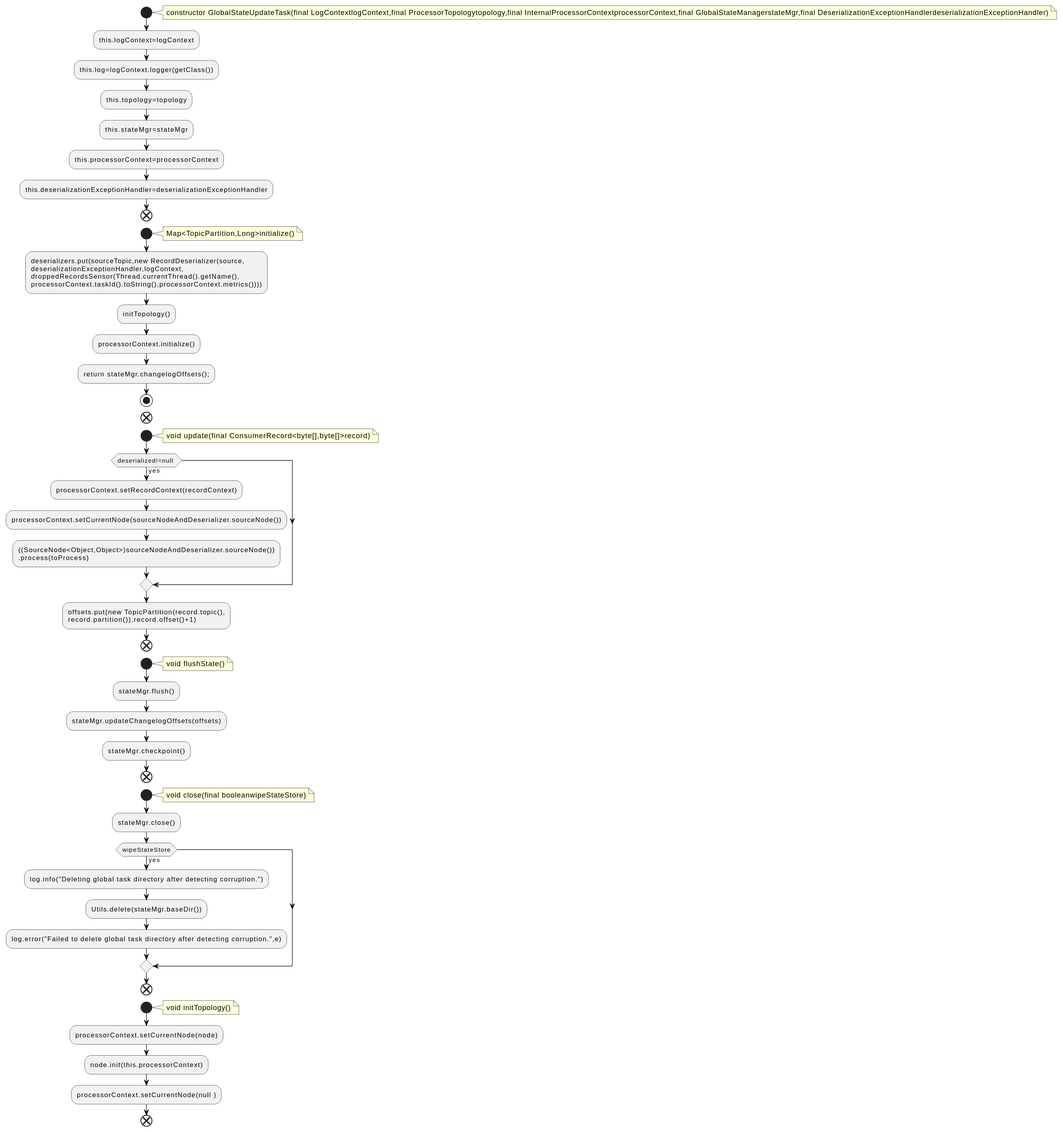
Before: docs/qc/streams/src/main/java/org/apache/kafka/streams/processor/internals/GlobalStateUpdateTask.java.fct.svg, a diagram exported from PlantUML (qualitesys/kafka).
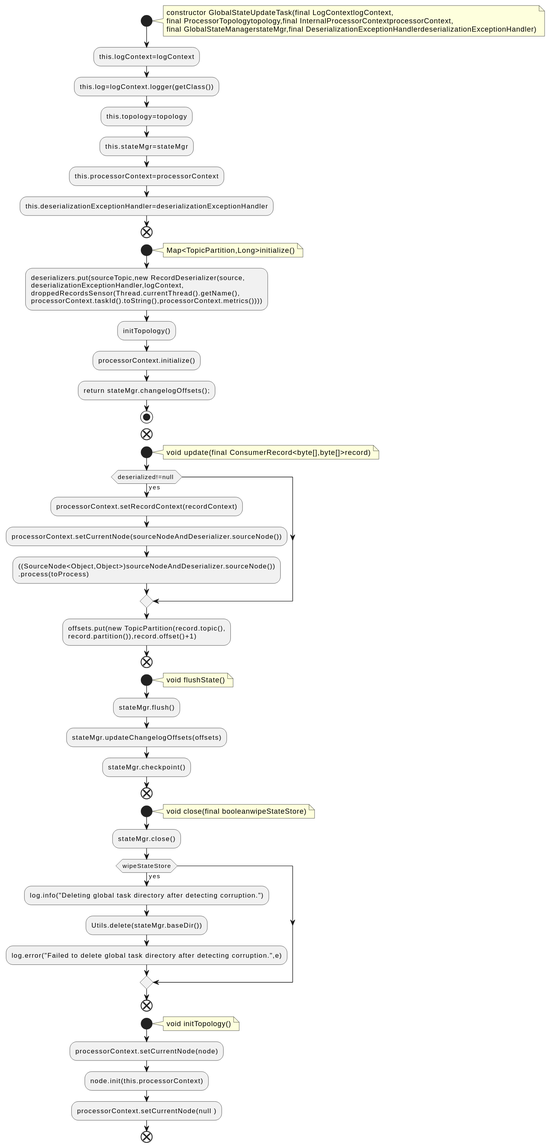
Later version of the same file.

The edit, as a diff of the source:
```diff
@@ -2,7 +2,9 @@
 !pragma layout smetana
 start
 note right
-constructor GlobalStateUpdateTask(final LogContextlogContext,final ProcessorTopologytopology,final InternalProcessorContextprocessorContext,final GlobalStateManagerstateMgr,final DeserializationExceptionHandlerdeserializationExceptionHandler)
+constructor GlobalStateUpdateTask(final LogContextlogContext,
+final ProcessorTopologytopology,final InternalProcessorContextprocessorContext,
+final GlobalStateManagerstateMgr,final DeserializationExceptionHandlerdeserializationExceptionHandler)
 end note
 :this.logContext=logContext;
 :this.log=logContext.logger(getClass());
```
